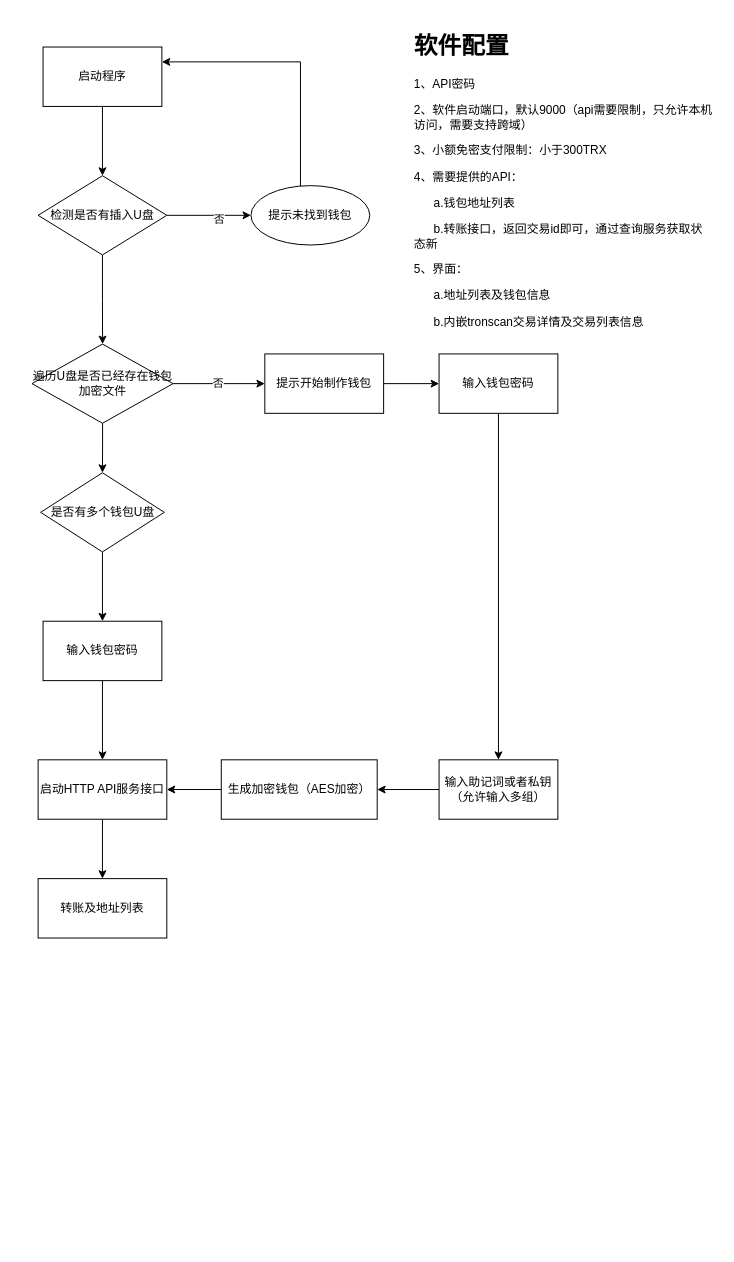
The draw.io diagram usb.drawio in dovezat/drawio, before the edit. Source tidied: cells renumbered, new cells numbered last; positions are measured from the earlier drawing's top-left corner, leaving out a move shared by most shapes. Both pictures are drawn from the tidied source at 99%, with x=0, y=0 at pixel (32, 27).
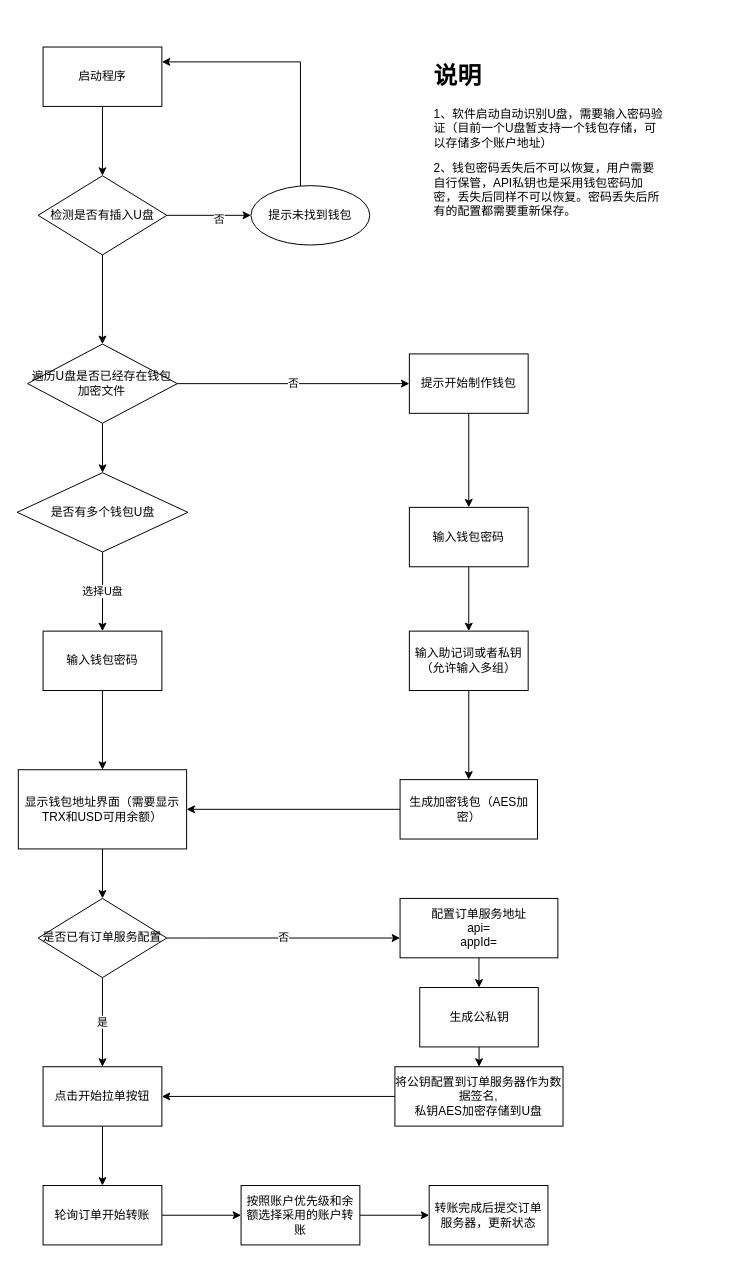
The same diagram, later.

Change to the diagram source:
```diff
@@
     <mxCell id="12" value="遍历U盘是否已经存在钱包加密文件" style="rhombus;whiteSpace=wrap;html=1;rounded=0;" parent="1" vertex="1">
-      <mxGeometry x="-0.2" y="320" width="142.5" height="80" as="geometry" />
+      <mxGeometry x="-4.6" y="320" width="151.2" height="80" as="geometry" />
     </mxCell>
-    <mxCell id="13" style="edgeStyle=orthogonalEdgeStyle;rounded=0;jettySize=auto;html=1;" parent="1" edge="1" source="14" target="16">
+    <mxCell id="13" style="edgeStyle=orthogonalEdgeStyle;rounded=0;jettySize=auto;html=1;entryX=0.5;entryY=0;entryDx=0;entryDy=0;" parent="1" edge="1" source="14" target="16">
       <mxGeometry relative="1" as="geometry" />
     </mxCell>
     <mxCell id="14" value="提示开始制作钱包" style="whiteSpace=wrap;html=1;rounded=0;" parent="1" vertex="1">
-      <mxGeometry x="235" y="330" width="120" height="60" as="geometry" />
+      <mxGeometry x="381" y="330" width="120" height="60" as="geometry" />
     </mxCell>
@@
     <mxCell id="16" value="输入钱包密码" style="whiteSpace=wrap;html=1;rounded=0;" parent="1" vertex="1">
-      <mxGeometry x="411" y="330" width="120" height="60" as="geometry" />
+      <mxGeometry x="381" y="485" width="120" height="60" as="geometry" />
     </mxCell>
@@
     <mxCell id="18" value="输入助记词或者私钥（允许输入多组）" style="whiteSpace=wrap;html=1;rounded=0;" parent="1" vertex="1">
-      <mxGeometry x="411" y="740" width="120" height="60" as="geometry" />
+      <mxGeometry x="381" y="610" width="120" height="60" as="geometry" />
     </mxCell>
-    <mxCell id="19" style="edgeStyle=orthogonalEdgeStyle;rounded=0;jettySize=auto;html=1;entryX=1;entryY=0.5;entryDx=0;entryDy=0;" parent="1" edge="1" source="20" target="26">
-      <mxGeometry relative="1" as="geometry" />
-    </mxCell>
+    <mxCell id="29" style="edgeStyle=orthogonalEdgeStyle;rounded=0;jettySize=auto;html=1;entryX=1;entryY=0.5;entryDx=0;entryDy=0;" parent="1" edge="1" source="20" target="32">
+      <mxGeometry relative="1" as="geometry" />
+    </mxCell>
     <mxCell id="20" value="生成加密钱包（AES加密）" style="whiteSpace=wrap;html=1;rounded=0;" parent="1" vertex="1">
-      <mxGeometry x="191" y="740" width="157.5" height="60" as="geometry" />
+      <mxGeometry x="371.6" y="760" width="138.8" height="60" as="geometry" />
     </mxCell>
-    <mxCell id="21" style="edgeStyle=orthogonalEdgeStyle;rounded=0;jettySize=auto;html=1;" parent="1" edge="1" source="22" target="24">
+    <mxCell id="21" value="选择U盘" style="edgeStyle=orthogonalEdgeStyle;rounded=0;jettySize=auto;html=1;" parent="1" edge="1" source="22" target="24">
       <mxGeometry relative="1" as="geometry" />
     </mxCell>
     <mxCell id="22" value="是否有多个钱包U盘" style="rhombus;whiteSpace=wrap;html=1;rounded=0;" parent="1" vertex="1">
-      <mxGeometry x="8.5" y="450" width="125" height="80" as="geometry" />
+      <mxGeometry x="-15.2" y="450" width="172.5" height="80" as="geometry" />
     </mxCell>
-    <mxCell id="23" style="edgeStyle=orthogonalEdgeStyle;rounded=0;jettySize=auto;html=1;" parent="1" edge="1" source="24" target="26">
-      <mxGeometry relative="1" as="geometry" />
-    </mxCell>
+    <mxCell id="30" style="edgeStyle=orthogonalEdgeStyle;rounded=0;jettySize=auto;html=1;" parent="1" edge="1" source="24" target="32">
+      <mxGeometry relative="1" as="geometry" />
+    </mxCell>
     <mxCell id="24" value="输入钱包密码" style="whiteSpace=wrap;html=1;rounded=0;" parent="1" vertex="1">
-      <mxGeometry x="11" y="600" width="120" height="60" as="geometry" />
+      <mxGeometry x="11" y="610" width="120" height="60" as="geometry" />
     </mxCell>
-    <mxCell id="25" style="edgeStyle=orthogonalEdgeStyle;rounded=0;jettySize=auto;html=1;entryX=0.5;entryY=0;entryDx=0;entryDy=0;" parent="1" edge="1" source="26" target="27">
-      <mxGeometry relative="1" as="geometry" />
-    </mxCell>
-    <mxCell id="26" value="启动HTTP API服务接口" style="whiteSpace=wrap;html=1;rounded=0;" parent="1" vertex="1">
-      <mxGeometry x="6" y="740" width="130" height="60" as="geometry" />
-    </mxCell>
-    <mxCell id="27" value="转账及地址列表" style="rounded=0;whiteSpace=wrap;html=1;" parent="1" vertex="1">
-      <mxGeometry x="6" y="860" width="130" height="60" as="geometry" />
-    </mxCell>
-    <mxCell id="28" value="&lt;h1&gt;软件配置&lt;/h1&gt;&lt;p&gt;1、API密码&lt;/p&gt;&lt;p&gt;2、软件启动端口，默认9000（api需要限制，只允许本机访问，需要支持跨域）&lt;/p&gt;&lt;p&gt;3、小额免密支付限制：小于300TRX&lt;/p&gt;&lt;p&gt;4、需要提供的API：&lt;/p&gt;&lt;p&gt;&amp;nbsp; &amp;nbsp; &amp;nbsp; a.钱包地址列表&lt;/p&gt;&lt;p&gt;&amp;nbsp; &amp;nbsp; &amp;nbsp; b.转账接口，返回交易id即可，通过查询服务获取状态新&lt;/p&gt;&lt;p&gt;5、界面：&lt;/p&gt;&lt;p&gt;&amp;nbsp; &amp;nbsp; &amp;nbsp; a.地址列表及钱包信息&lt;/p&gt;&lt;p&gt;&amp;nbsp; &amp;nbsp; &amp;nbsp; b.内嵌tronscan交易详情及交易列表信息&lt;/p&gt;" style="text;html=1;strokeColor=none;fillColor=none;spacing=5;spacingTop=-20;whiteSpace=wrap;overflow=hidden;rounded=0;" parent="1" vertex="1">
-      <mxGeometry x="381" width="310" height="320" as="geometry" />
-    </mxCell>
+    <mxCell id="31" style="edgeStyle=orthogonalEdgeStyle;rounded=0;jettySize=auto;html=1;" parent="1" edge="1" source="32" target="37">
+      <mxGeometry relative="1" as="geometry" />
+    </mxCell>
+    <mxCell id="32" value="显示钱包地址界面（需要显示TRX和USD可用余额）" style="whiteSpace=wrap;html=1;rounded=0;" parent="1" vertex="1">
+      <mxGeometry x="-14" y="750" width="170" height="80" as="geometry" />
+    </mxCell>
+    <mxCell id="33" style="edgeStyle=orthogonalEdgeStyle;rounded=0;jettySize=auto;html=1;" parent="1" edge="1" source="34" target="47">
+      <mxGeometry relative="1" as="geometry" />
+    </mxCell>
+    <mxCell id="34" value="轮询订单开始转账" style="whiteSpace=wrap;html=1;rounded=0;" parent="1" vertex="1">
+      <mxGeometry x="11" y="1170" width="120" height="60" as="geometry" />
+    </mxCell>
+    <mxCell id="35" value="是" style="edgeStyle=orthogonalEdgeStyle;rounded=0;jettySize=auto;html=1;" parent="1" edge="1" source="37" target="39">
+      <mxGeometry relative="1" as="geometry" />
+    </mxCell>
+    <mxCell id="36" value="否" style="edgeStyle=orthogonalEdgeStyle;rounded=0;jettySize=auto;html=1;" parent="1" edge="1" source="37" target="41">
+      <mxGeometry relative="1" as="geometry">
+        <Array as="points">
+          <mxPoint x="171" y="920" />
+          <mxPoint x="171" y="920" />
+        </Array>
+      </mxGeometry>
+    </mxCell>
+    <mxCell id="37" value="是否已有订单服务配置" style="rhombus;whiteSpace=wrap;html=1;" parent="1" vertex="1">
+      <mxGeometry x="6" y="880" width="130" height="80" as="geometry" />
+    </mxCell>
+    <mxCell id="38" style="edgeStyle=orthogonalEdgeStyle;rounded=0;jettySize=auto;html=1;" parent="1" edge="1" source="39" target="34">
+      <mxGeometry relative="1" as="geometry" />
+    </mxCell>
+    <mxCell id="39" value="点击开始拉单按钮" style="whiteSpace=wrap;html=1;" parent="1" vertex="1">
+      <mxGeometry x="11" y="1050" width="120" height="60" as="geometry" />
+    </mxCell>
+    <mxCell id="40" style="edgeStyle=orthogonalEdgeStyle;rounded=0;jettySize=auto;html=1;" parent="1" edge="1" source="41" target="43">
+      <mxGeometry relative="1" as="geometry" />
+    </mxCell>
+    <mxCell id="41" value="配置订单服务地址&lt;br&gt;api=&lt;br&gt;appId=" style="whiteSpace=wrap;html=1;" parent="1" vertex="1">
+      <mxGeometry x="371.6" y="880" width="159.4" height="60" as="geometry" />
+    </mxCell>
+    <mxCell id="42" style="edgeStyle=orthogonalEdgeStyle;rounded=0;jettySize=auto;html=1;" parent="1" edge="1" source="43" target="45">
+      <mxGeometry relative="1" as="geometry" />
+    </mxCell>
+    <mxCell id="43" value="生成公私钥" style="whiteSpace=wrap;html=1;" parent="1" vertex="1">
+      <mxGeometry x="391.5" y="970" width="119.7" height="60" as="geometry" />
+    </mxCell>
+    <mxCell id="44" style="edgeStyle=orthogonalEdgeStyle;rounded=0;jettySize=auto;html=1;entryX=1;entryY=0.5;entryDx=0;entryDy=0;" parent="1" edge="1" source="45" target="39">
+      <mxGeometry relative="1" as="geometry" />
+    </mxCell>
+    <mxCell id="45" value="将公钥配置到订单服务器作为数据签名,&lt;br&gt;私钥AES加密存储到U盘" style="whiteSpace=wrap;html=1;" parent="1" vertex="1">
+      <mxGeometry x="366.4" y="1050" width="169.8" height="60" as="geometry" />
+    </mxCell>
+    <mxCell id="46" style="edgeStyle=orthogonalEdgeStyle;rounded=0;jettySize=auto;html=1;" parent="1" edge="1" source="47" target="48">
+      <mxGeometry relative="1" as="geometry" />
+    </mxCell>
+    <mxCell id="47" value="按照账户优先级和余额选择采用的账户转账" style="whiteSpace=wrap;html=1;rounded=0;" parent="1" vertex="1">
+      <mxGeometry x="211" y="1170" width="120" height="60" as="geometry" />
+    </mxCell>
+    <mxCell id="48" value="转账完成后提交订单服务器，更新状态" style="whiteSpace=wrap;html=1;rounded=0;" parent="1" vertex="1">
+      <mxGeometry x="401" y="1170" width="120" height="60" as="geometry" />
+    </mxCell>
+    <mxCell id="49" value="&lt;h1&gt;说明&lt;/h1&gt;&lt;p&gt;1、软件启动自动识别U盘，需要输入密码验证（目前一个U盘暂支持一个钱包存储，可以存储多个账户地址）&lt;/p&gt;&lt;p&gt;2、钱包密码丢失后不可以恢复，用户需要自行保管，API私钥也是采用钱包密码加密，丢失后同样不可以恢复。密码丢失后所有的配置都需要重新保存。&lt;/p&gt;" style="text;html=1;strokeColor=none;fillColor=none;spacing=5;spacingTop=-20;whiteSpace=wrap;overflow=hidden;rounded=0;" parent="1" vertex="1">
+      <mxGeometry x="401" y="30" width="240" height="190" as="geometry" />
+    </mxCell>
```
